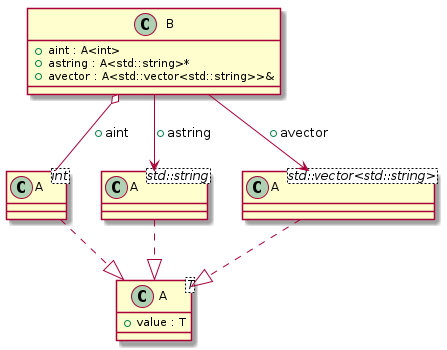
Above: docs/test_cases/t00009_class.png in bkryza/clang-uml (PlantUML), before the change.
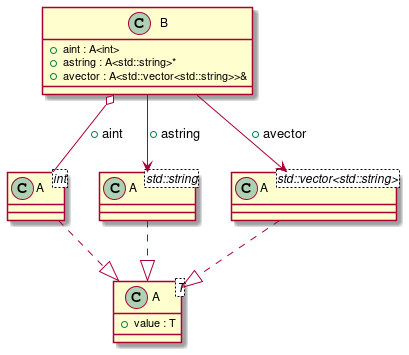
After the commit.

What changed in the source:
```diff
@@ -1,37 +1,37 @@
 @startuml
-class "A<T>" as C_0000000101
+class "A<T>" as C_0000000147
 
-class "A<int>" as C_0000000104
+class "A<int>" as C_0000000150
 
-class "A<std::string>" as C_0000000105
+class "A<std::string>" as C_0000000151
 
-class "A<std::vector<std::string>>" as C_0000000106
+class "A<std::vector<std::string>>" as C_0000000152
 
-class "B" as C_0000000103
+class "B" as C_0000000149
 
-class C_0000000101 {
+class C_0000000147 {
 +value : T
 }
 
-class C_0000000104 {
+class C_0000000150 {
 }
-C_0000000104 ..|> C_0000000101
+C_0000000150 ..|> C_0000000147
 
-class C_0000000105 {
+class C_0000000151 {
 }
-C_0000000105 ..|> C_0000000101
+C_0000000151 ..|> C_0000000147
 
-class C_0000000106 {
+class C_0000000152 {
 }
-C_0000000106 ..|> C_0000000101
+C_0000000152 ..|> C_0000000147
 
-class C_0000000103 {
+class C_0000000149 {
 +aint : A<int>
 +astring : A<std::string>*
 +avector : A<std::vector<std::string>>&
 }
-C_0000000103 o-- C_0000000104 : +aint
-C_0000000103 --> C_0000000105 : +astring
-C_0000000103 --> C_0000000106 : +avector
+C_0000000149 o-- C_0000000150 : +aint
+C_0000000149 --> C_0000000151 : +astring
+C_0000000149 --> C_0000000152 : +avector
 
 @enduml
```
